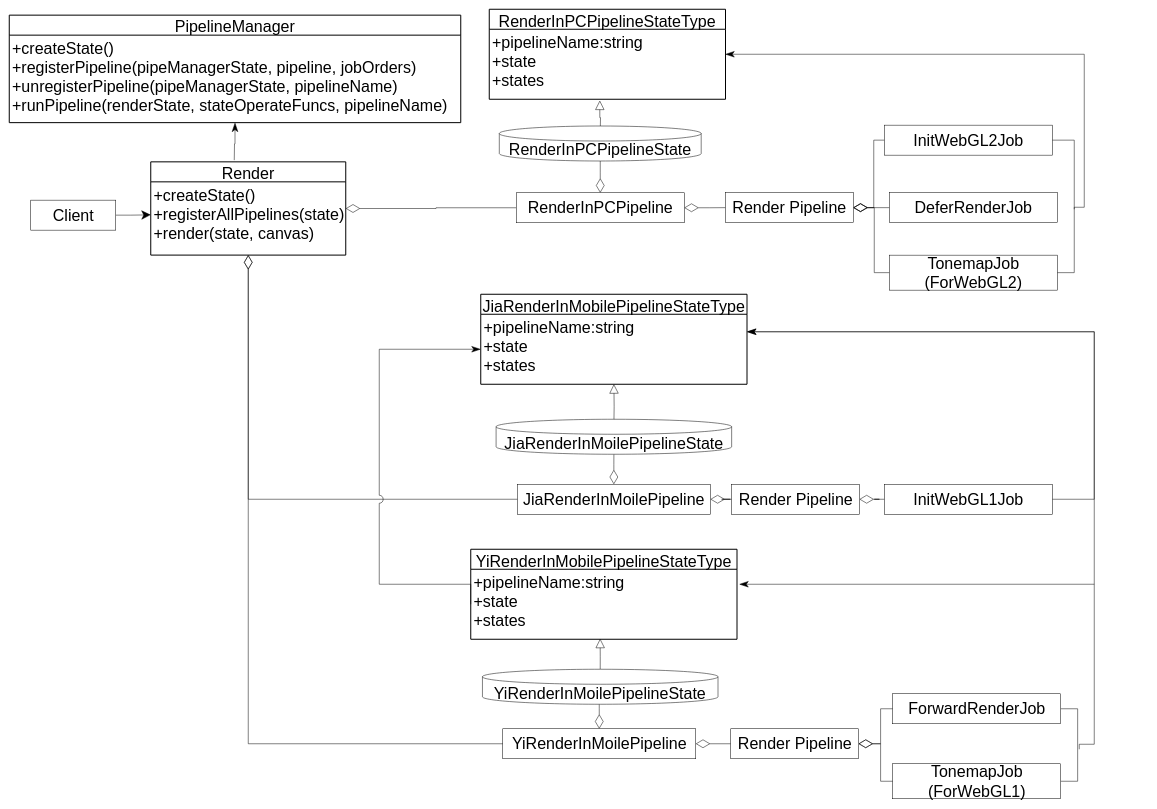
Before: packages/管道模式/story_improve/UML.drawio in yyc-git/3DProgramPattern, a draw.io diagram. Source tidied: cells renumbered, new cells numbered last; positions are measured from the earlier drawing's top-left corner, leaving out a move shared by most shapes. Both pictures are drawn from the tidied source at 50%, with x=0, y=0 at pixel (9, 9).
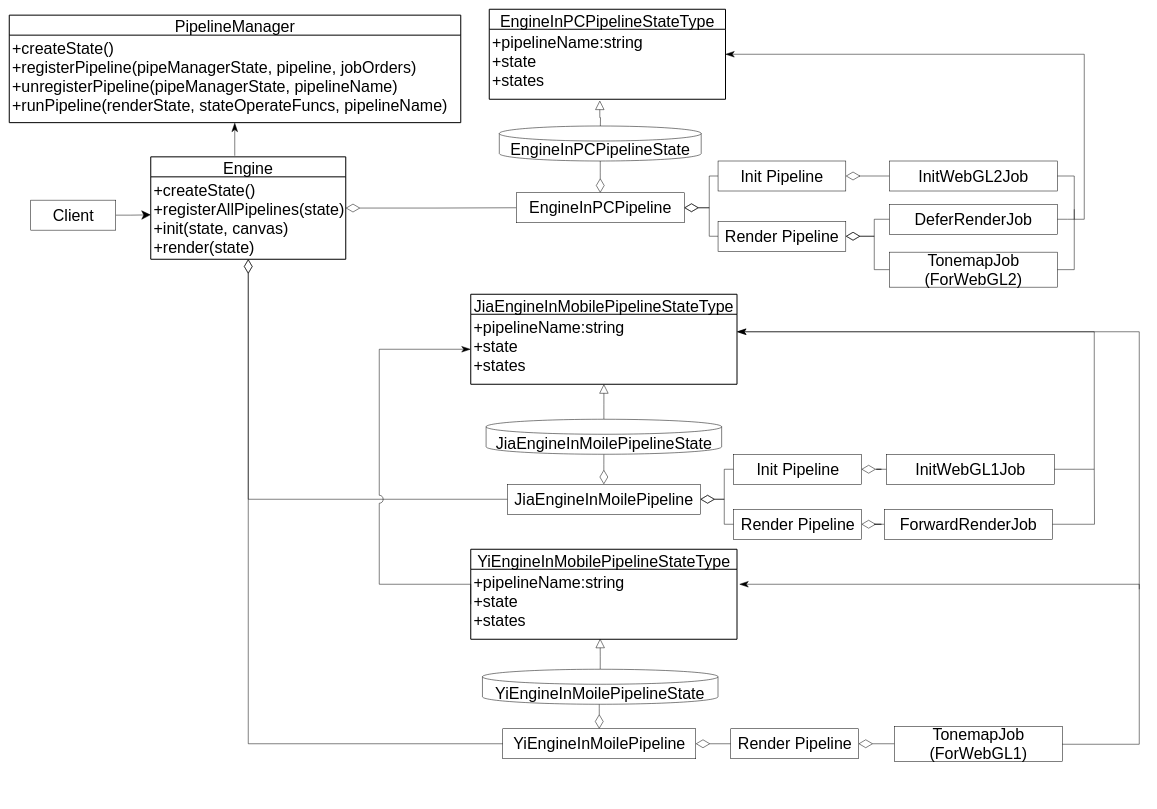
After the change.

The change refers to these unchanged cells:
```xml
<mxCell id="3" value="+createState()&#10;+registerPipeline(pipeManagerState, pipeline, jobOrders)&#10;+unregisterPipeline(pipeManagerState, pipelineName)&#10;+runPipeline(renderState, stateOperateFuncs, pipelineName)" style="align=left;strokeColor=none;fillColor=none;spacingLeft=4;fontSize=32;verticalAlign=top;" parent="2" vertex="1">
  <mxGeometry y="40" width="903" height="175" as="geometry" />
</mxCell>
<mxCell id="20" value="+pipelineName:string&#10;+state&#10;+states" style="align=left;strokeColor=none;fillColor=none;spacingLeft=4;fontSize=32;verticalAlign=top;" parent="19" vertex="1">
  <mxGeometry y="40" width="532.5" height="140" as="geometry" />
</mxCell>
<mxCell id="54" value="Render Pipeline" style="html=1;fontSize=32;" parent="1" vertex="1">
  <mxGeometry x="1443" y="1439" width="255.5" height="60" as="geometry" />
</mxCell>
```

Change to the diagram source:
```diff
@@
-    <mxCell id="5" value="Render" style="swimlane;horizontal=1;startSize=40;rounded=0;fontSize=32;fontStyle=0;strokeWidth=2;shadow=0;dashed=0;align=center;" parent="1" vertex="1">
-      <mxGeometry x="283" y="305.2" width="390" height="186.5" as="geometry" />
+    <mxCell id="5" value="Engine" style="swimlane;horizontal=1;startSize=40;rounded=0;fontSize=32;fontStyle=0;strokeWidth=2;shadow=0;dashed=0;align=center;" parent="1" vertex="1">
+      <mxGeometry x="283" y="295.2" width="390" height="204.8" as="geometry" />
     </mxCell>
-    <mxCell id="6" value="+createState()&#10;+registerAllPipelines(state)&#10;+render(state, canvas)" style="align=left;strokeColor=none;fillColor=none;spacingLeft=4;fontSize=32;verticalAlign=top;" parent="5" vertex="1">
-      <mxGeometry y="40" width="390" height="146.5" as="geometry" />
+    <mxCell id="6" value="+createState()&#10;+registerAllPipelines(state)&#10;+init(state, canvas)&#10;+render(state)" style="align=left;strokeColor=none;fillColor=none;spacingLeft=4;fontSize=32;verticalAlign=top;" parent="5" vertex="1">
+      <mxGeometry y="40" width="390" height="164.8" as="geometry" />
     </mxCell>
@@
-    <mxCell id="9" value="RenderInPCPipelineStateType" style="swimlane;horizontal=1;startSize=40;rounded=0;fontSize=32;fontStyle=0;strokeWidth=2;shadow=0;dashed=0;align=center;" parent="1" vertex="1">
+    <mxCell id="9" value="EngineInPCPipelineStateType" style="swimlane;horizontal=1;startSize=40;rounded=0;fontSize=32;fontStyle=0;strokeWidth=2;shadow=0;dashed=0;align=center;" parent="1" vertex="1">
       <mxGeometry x="960" width="472.5" height="180" as="geometry" />
     </mxCell>
@@
     <mxCell id="12" style="edgeStyle=orthogonalEdgeStyle;rounded=0;jumpStyle=none;jumpSize=16;jettySize=auto;html=1;entryX=0;entryY=0.5;entryDx=0;entryDy=0;startArrow=diamondThin;startFill=0;endArrow=none;endFill=0;startSize=26;endSize=26;" parent="1" edge="1" source="13" target="49">
-      <mxGeometry relative="1" as="geometry" />
+      <mxGeometry relative="1" as="geometry">
+        <Array as="points">
+          <mxPoint x="1400" y="397" />
+          <mxPoint x="1400" y="334" />
+        </Array>
+      </mxGeometry>
     </mxCell>
+    <mxCell id="55" style="edgeStyle=orthogonalEdgeStyle;rounded=0;jettySize=auto;html=1;entryX=0;entryY=0.5;entryDx=0;entryDy=0;endArrow=none;endFill=0;startArrow=diamondThin;startFill=0;endSize=26;startSize=26;" parent="1" edge="1" source="13" target="58">
+      <mxGeometry relative="1" as="geometry">
+        <Array as="points">
+          <mxPoint x="1400" y="397" />
+          <mxPoint x="1400" y="454" />
+        </Array>
+      </mxGeometry>
+    </mxCell>
-    <mxCell id="13" value="RenderInPCPipeline" style="html=1;fontSize=32;" parent="1" vertex="1">
+    <mxCell id="13" value="EngineInPCPipeline" style="html=1;fontSize=32;" parent="1" vertex="1">
       <mxGeometry x="1014" y="367" width="336" height="60" as="geometry" />
     </mxCell>
-    <mxCell id="14" style="edgeStyle=orthogonalEdgeStyle;rounded=0;jumpStyle=none;jumpSize=16;jettySize=auto;html=1;entryX=1;entryY=0.5;entryDx=0;entryDy=0;startArrow=none;startFill=0;endArrow=none;endFill=0;startSize=16;endSize=16;" parent="1" edge="1" source="15" target="18">
+    <mxCell id="14" style="edgeStyle=orthogonalEdgeStyle;rounded=0;jumpStyle=none;jumpSize=16;jettySize=auto;html=1;entryX=1;entryY=0.5;entryDx=0;entryDy=0;startArrow=none;startFill=0;endArrow=none;endFill=0;startSize=16;endSize=16;exitX=1;exitY=0.5;exitDx=0;exitDy=0;" parent="1" edge="1" source="15" target="18">
       <mxGeometry relative="1" as="geometry">
         <Array as="points">
-          <mxPoint x="2130" y="262" />
-          <mxPoint x="2130" y="527" />
+          <mxPoint x="2130" y="334" />
+          <mxPoint x="2130" y="521" />
         </Array>
       </mxGeometry>
     </mxCell>
     <mxCell id="15" value="InitWebGL2Job" style="html=1;fontSize=32;" parent="1" vertex="1">
-      <mxGeometry x="1750" y="231.8" width="336" height="60" as="geometry" />
+      <mxGeometry x="1760" y="303.5" width="336" height="60" as="geometry" />
     </mxCell>
     <mxCell id="16" style="edgeStyle=orthogonalEdgeStyle;rounded=0;jumpStyle=none;jumpSize=16;orthogonalLoop=1;jettySize=auto;html=1;startArrow=none;startFill=0;endArrow=classicThin;endFill=1;startSize=16;endSize=16;" parent="1" edge="1">
       <mxGeometry relative="1" as="geometry">
         <mxPoint x="2130" y="400" as="sourcePoint" />
         <mxPoint x="1432" y="90" as="targetPoint" />
         <Array as="points">
-          <mxPoint x="2130" y="396" />
-          <mxPoint x="2150" y="396" />
+          <mxPoint x="2130" y="420" />
+          <mxPoint x="2150" y="420" />
           <mxPoint x="2150" y="90" />
         </Array>
       </mxGeometry>
     </mxCell>
+    <mxCell id="56" style="edgeStyle=orthogonalEdgeStyle;rounded=0;jettySize=auto;html=1;startArrow=none;startFill=0;endArrow=none;endFill=0;startSize=16;endSize=16;" parent="1" edge="1" source="17">
+      <mxGeometry relative="1" as="geometry">
+        <mxPoint x="2130" y="420" as="targetPoint" />
+      </mxGeometry>
+    </mxCell>
     <mxCell id="17" value="DeferRenderJob" style="html=1;fontSize=32;" parent="1" vertex="1">
-      <mxGeometry x="1760" y="366.8" width="336" height="60" as="geometry" />
+      <mxGeometry x="1760" y="390" width="336" height="60" as="geometry" />
     </mxCell>
     <mxCell id="18" value="TonemapJob&lt;br&gt;(ForWebGL2)" style="html=1;fontSize=32;" parent="1" vertex="1">
-      <mxGeometry x="1760" y="491.8" width="336" height="70" as="geometry" />
+      <mxGeometry x="1760" y="485.8" width="336" height="70" as="geometry" />
     </mxCell>
-    <mxCell id="19" value="JiaRenderInMobilePipelineStateType" style="swimlane;horizontal=1;startSize=40;rounded=0;fontSize=32;fontStyle=0;strokeWidth=2;shadow=0;dashed=0;align=center;" parent="1" vertex="1">
-      <mxGeometry x="943" y="570" width="532.5" height="180" as="geometry" />
+    <mxCell id="19" value="JiaEngineInMobilePipelineStateType" style="swimlane;horizontal=1;startSize=40;rounded=0;fontSize=32;fontStyle=0;strokeWidth=2;shadow=0;dashed=0;align=center;" parent="1" vertex="1">
+      <mxGeometry x="923" y="570" width="532.5" height="180" as="geometry" />
     </mxCell>
@@
-    <mxCell id="21" value="YiRenderInMobilePipelineStateType" style="swimlane;horizontal=1;startSize=40;rounded=0;fontSize=32;fontStyle=0;strokeWidth=2;shadow=0;dashed=0;align=center;" parent="1" vertex="1">
+    <mxCell id="21" value="YiEngineInMobilePipelineStateType" style="swimlane;horizontal=1;startSize=40;rounded=0;fontSize=32;fontStyle=0;strokeWidth=2;shadow=0;dashed=0;align=center;" parent="1" vertex="1">
       <mxGeometry x="923" y="1080" width="532.5" height="180" as="geometry" />
     </mxCell>
@@
-    <mxCell id="23" style="edgeStyle=orthogonalEdgeStyle;rounded=0;jumpStyle=none;jumpSize=16;jettySize=auto;html=1;entryX=0.5;entryY=1;entryDx=0;entryDy=0;startArrow=diamondThin;startFill=0;endArrow=none;endFill=0;startSize=26;endSize=26;" parent="1" edge="1" source="25">
-      <mxGeometry relative="1" as="geometry">
-        <mxPoint x="1209.3" y="890" as="targetPoint" />
-      </mxGeometry>
+    <mxCell id="23" style="edgeStyle=orthogonalEdgeStyle;rounded=0;jumpStyle=none;jumpSize=16;jettySize=auto;html=1;entryX=0.5;entryY=1;entryDx=0;entryDy=0;startArrow=diamondThin;startFill=0;endArrow=none;endFill=0;startSize=26;endSize=26;entryPerimeter=0;" parent="1" edge="1" source="25" target="44">
+      <mxGeometry relative="1" as="geometry" />
     </mxCell>
     <mxCell id="24" style="edgeStyle=orthogonalEdgeStyle;rounded=0;jumpSize=16;jettySize=auto;html=1;entryX=0;entryY=0.5;entryDx=0;entryDy=0;startArrow=diamondThin;startFill=0;endArrow=none;endFill=0;startSize=26;endSize=26;" parent="1" edge="1" source="25" target="51">
-      <mxGeometry relative="1" as="geometry" />
+      <mxGeometry relative="1" as="geometry">
+        <Array as="points">
+          <mxPoint x="1430" y="980" />
+          <mxPoint x="1430" y="920" />
+        </Array>
+      </mxGeometry>
     </mxCell>
+    <mxCell id="57" style="edgeStyle=orthogonalEdgeStyle;rounded=0;jettySize=auto;html=1;entryX=0;entryY=0.5;entryDx=0;entryDy=0;startArrow=diamondThin;startFill=0;endArrow=none;endFill=0;startSize=26;endSize=26;" parent="1" edge="1" source="25" target="60">
+      <mxGeometry relative="1" as="geometry">
+        <Array as="points">
+          <mxPoint x="1430" y="980" />
+          <mxPoint x="1430" y="1030" />
+        </Array>
+      </mxGeometry>
+    </mxCell>
-    <mxCell id="25" value="JiaRenderInMoilePipeline" style="html=1;fontSize=32;" parent="1" vertex="1">
-      <mxGeometry x="1016.2" y="950" width="386" height="60" as="geometry" />
+    <mxCell id="25" value="JiaEngineInMoilePipeline" style="html=1;fontSize=32;" parent="1" vertex="1">
+      <mxGeometry x="996.2" y="950" width="386" height="60" as="geometry" />
     </mxCell>
     <mxCell id="26" style="edgeStyle=orthogonalEdgeStyle;rounded=0;jettySize=auto;html=1;endArrow=classicThin;endFill=1;startSize=16;endSize=16;exitX=1;exitY=0.5;exitDx=0;exitDy=0;entryX=1;entryY=0.25;entryDx=0;entryDy=0;" parent="1" edge="1" source="27" target="20">
       <mxGeometry relative="1" as="geometry">
         <Array as="points">
-          <mxPoint x="2170" y="980" />
+          <mxPoint x="2170" y="920" />
           <mxPoint x="2170" y="645" />
         </Array>
       </mxGeometry>
     </mxCell>
     <mxCell id="27" value="InitWebGL1Job" style="html=1;fontSize=32;" parent="1" vertex="1">
-      <mxGeometry x="1750" y="950" width="336" height="60" as="geometry" />
+      <mxGeometry x="1754" y="890" width="336" height="60" as="geometry" />
     </mxCell>
     <mxCell id="28" style="edgeStyle=orthogonalEdgeStyle;rounded=0;jumpStyle=arc;jumpSize=26;orthogonalLoop=1;jettySize=auto;html=1;startArrow=none;startFill=0;endArrow=classicThin;endFill=1;startSize=16;endSize=16;" parent="1" edge="1">
       <mxGeometry relative="1" as="geometry">
-        <mxPoint x="2170" y="1150" as="sourcePoint" />
+        <mxPoint x="2260" y="1160" as="sourcePoint" />
         <mxPoint x="1460" y="1150" as="targetPoint" />
         <Array as="points">
           <mxPoint x="2039" y="1150" />
           <mxPoint x="1439" y="1150" />
         </Array>
       </mxGeometry>
     </mxCell>
-    <mxCell id="29" style="edgeStyle=orthogonalEdgeStyle;rounded=0;jumpStyle=none;jumpSize=16;jettySize=auto;html=1;startArrow=none;startFill=0;endArrow=none;endFill=0;startSize=16;endSize=16;entryX=1;entryY=0.5;entryDx=0;entryDy=0;" parent="1" edge="1" source="30" target="35">
-      <mxGeometry relative="1" as="geometry">
-        <Array as="points">
-          <mxPoint x="2136.8" y="1399" />
-          <mxPoint x="2136.8" y="1544" />
-        </Array>
-      </mxGeometry>
-    </mxCell>
-    <mxCell id="30" value="ForwardRenderJob" style="html=1;fontSize=32;" parent="1" vertex="1">
-      <mxGeometry x="1766.8" y="1369" width="336" height="60" as="geometry" />
-    </mxCell>
@@
-    <mxCell id="33" value="YiRenderInMoilePipeline" style="html=1;fontSize=32;" parent="1" vertex="1">
+    <mxCell id="33" value="YiEngineInMoilePipeline" style="html=1;fontSize=32;" parent="1" vertex="1">
       <mxGeometry x="987" y="1439" width="386" height="60" as="geometry" />
     </mxCell>
-    <mxCell id="34" style="edgeStyle=orthogonalEdgeStyle;rounded=0;jumpStyle=none;jumpSize=26;jettySize=auto;html=1;entryX=1;entryY=0.25;entryDx=0;entryDy=0;startArrow=none;startFill=0;endArrow=classicThin;endFill=1;startSize=16;endSize=16;" parent="1" edge="1" target="20">
+    <mxCell id="34" style="edgeStyle=orthogonalEdgeStyle;rounded=0;jumpStyle=none;jumpSize=26;jettySize=auto;html=1;entryX=1;entryY=0.25;entryDx=0;entryDy=0;startArrow=none;startFill=0;endArrow=classicThin;endFill=1;startSize=16;endSize=16;exitX=1;exitY=0.5;exitDx=0;exitDy=0;" parent="1" edge="1" source="35" target="20">
       <mxGeometry relative="1" as="geometry">
-        <mxPoint x="2140" y="1480" as="sourcePoint" />
         <Array as="points">
-          <mxPoint x="2140" y="1470" />
-          <mxPoint x="2170" y="1470" />
-          <mxPoint x="2170" y="645" />
+          <mxPoint x="2106" y="1470" />
+          <mxPoint x="2260" y="1470" />
+          <mxPoint x="2260" y="645" />
         </Array>
       </mxGeometry>
     </mxCell>
     <mxCell id="35" value="TonemapJob&lt;br&gt;(ForWebGL1)" style="html=1;fontSize=32;" parent="1" vertex="1">
-      <mxGeometry x="1766.8" y="1509" width="336" height="70" as="geometry" />
+      <mxGeometry x="1770" y="1434" width="336" height="70" as="geometry" />
     </mxCell>
@@
     <mxCell id="38" style="edgeStyle=orthogonalEdgeStyle;rounded=0;jettySize=auto;html=1;endArrow=classicThin;endFill=1;startSize=16;endSize=16;" parent="1" edge="1" target="3">
       <mxGeometry relative="1" as="geometry">
-        <mxPoint x="450" y="301.8" as="sourcePoint" />
+        <mxPoint x="451" y="293" as="sourcePoint" />
       </mxGeometry>
     </mxCell>
@@
-    <mxCell id="41" style="edgeStyle=orthogonalEdgeStyle;rounded=0;jumpStyle=none;jumpSize=16;jettySize=auto;html=1;startArrow=none;startFill=0;endArrow=block;endFill=0;startSize=16;endSize=16;" parent="1" edge="1" target="20">
-      <mxGeometry relative="1" as="geometry">
-        <mxPoint x="1209.3" y="830" as="sourcePoint" />
-      </mxGeometry>
+    <mxCell id="41" style="edgeStyle=orthogonalEdgeStyle;rounded=0;jumpStyle=none;jumpSize=16;jettySize=auto;html=1;startArrow=none;startFill=0;endArrow=block;endFill=0;startSize=16;endSize=16;exitX=0.5;exitY=0;exitDx=0;exitDy=0;exitPerimeter=0;" parent="1" edge="1" source="44" target="20">
+      <mxGeometry relative="1" as="geometry" />
     </mxCell>
@@
-    <mxCell id="43" value="&lt;span style=&quot;font-size: 32px&quot;&gt;RenderInPCPipelineState&lt;/span&gt;" style="shape=cylinder3;whiteSpace=wrap;html=1;boundedLbl=1;backgroundOutline=1;size=15;" parent="1" vertex="1">
+    <mxCell id="43" value="&lt;span style=&quot;font-size: 32px&quot;&gt;EngineInPCPipelineState&lt;/span&gt;" style="shape=cylinder3;whiteSpace=wrap;html=1;boundedLbl=1;backgroundOutline=1;size=15;" parent="1" vertex="1">
       <mxGeometry x="980.1" y="233.5" width="403.8" height="70" as="geometry" />
     </mxCell>
-    <mxCell id="44" value="&lt;span style=&quot;font-size: 32px&quot;&gt;JiaRenderInMoilePipelineState&lt;/span&gt;" style="shape=cylinder3;whiteSpace=wrap;html=1;boundedLbl=1;backgroundOutline=1;size=15;" parent="1" vertex="1">
-      <mxGeometry x="973.7" y="820" width="471.1" height="70" as="geometry" />
+    <mxCell id="44" value="&lt;span style=&quot;font-size: 32px&quot;&gt;JiaEngineInMoilePipelineState&lt;/span&gt;" style="shape=cylinder3;whiteSpace=wrap;html=1;boundedLbl=1;backgroundOutline=1;size=15;" parent="1" vertex="1">
+      <mxGeometry x="953.7" y="820" width="471.1" height="70" as="geometry" />
     </mxCell>
-    <mxCell id="45" value="&lt;span style=&quot;font-size: 32px&quot;&gt;YiRenderInMoilePipelineState&lt;/span&gt;" style="shape=cylinder3;whiteSpace=wrap;html=1;boundedLbl=1;backgroundOutline=1;size=15;" parent="1" vertex="1">
+    <mxCell id="45" value="&lt;span style=&quot;font-size: 32px&quot;&gt;YiEngineInMoilePipelineState&lt;/span&gt;" style="shape=cylinder3;whiteSpace=wrap;html=1;boundedLbl=1;backgroundOutline=1;size=15;" parent="1" vertex="1">
       <mxGeometry x="946.4" y="1320" width="471.1" height="70" as="geometry" />
     </mxCell>
-    <mxCell id="46" style="edgeStyle=orthogonalEdgeStyle;rounded=0;jumpSize=16;jettySize=auto;html=1;entryX=0;entryY=0.5;entryDx=0;entryDy=0;startArrow=diamondThin;startFill=0;endArrow=none;endFill=0;startSize=26;endSize=26;" parent="1" edge="1" source="49" target="17">
-      <mxGeometry relative="1" as="geometry" />
+    <mxCell id="46" style="edgeStyle=orthogonalEdgeStyle;rounded=0;jumpSize=16;jettySize=auto;html=1;entryX=0;entryY=0.5;entryDx=0;entryDy=0;startArrow=diamondThin;startFill=0;endArrow=none;endFill=0;startSize=26;endSize=26;exitX=1;exitY=0.5;exitDx=0;exitDy=0;" parent="1" edge="1" source="58" target="17">
+      <mxGeometry relative="1" as="geometry">
+        <Array as="points">
+          <mxPoint x="1730" y="454" />
+          <mxPoint x="1730" y="420" />
+        </Array>
+      </mxGeometry>
     </mxCell>
-    <mxCell id="47" style="edgeStyle=orthogonalEdgeStyle;rounded=0;jumpSize=16;jettySize=auto;html=1;entryX=0;entryY=0.5;entryDx=0;entryDy=0;startArrow=diamondThin;startFill=0;endArrow=none;endFill=0;startSize=26;endSize=26;" parent="1" edge="1" source="49" target="15">
+    <mxCell id="47" style="edgeStyle=orthogonalEdgeStyle;rounded=0;jumpSize=16;jettySize=auto;html=1;entryX=0;entryY=0.5;entryDx=0;entryDy=0;startArrow=diamondThin;startFill=0;endArrow=none;endFill=0;startSize=26;endSize=26;exitX=1;exitY=0.5;exitDx=0;exitDy=0;" parent="1" edge="1" source="49" target="15">
       <mxGeometry relative="1" as="geometry">
         <Array as="points">
-          <mxPoint x="1729" y="397" />
-          <mxPoint x="1729" y="262" />
+          <mxPoint x="1700" y="334" />
+          <mxPoint x="1700" y="334" />
         </Array>
       </mxGeometry>
     </mxCell>
-    <mxCell id="48" style="edgeStyle=orthogonalEdgeStyle;rounded=0;jumpSize=16;jettySize=auto;html=1;entryX=0;entryY=0.5;entryDx=0;entryDy=0;startArrow=diamondThin;startFill=0;endArrow=none;endFill=0;startSize=26;endSize=26;" parent="1" edge="1" source="49" target="18">
+    <mxCell id="48" style="edgeStyle=orthogonalEdgeStyle;rounded=0;jumpSize=16;jettySize=auto;html=1;entryX=0;entryY=0.5;entryDx=0;entryDy=0;startArrow=diamondThin;startFill=0;endArrow=none;endFill=0;startSize=26;endSize=26;exitX=1;exitY=0.5;exitDx=0;exitDy=0;" parent="1" edge="1" source="58" target="18">
       <mxGeometry relative="1" as="geometry">
         <Array as="points">
-          <mxPoint x="1730" y="397" />
-          <mxPoint x="1730" y="527" />
+          <mxPoint x="1730" y="454" />
+          <mxPoint x="1730" y="521" />
         </Array>
       </mxGeometry>
     </mxCell>
-    <mxCell id="49" value="Render Pipeline" style="html=1;fontSize=32;" parent="1" vertex="1">
-      <mxGeometry x="1432.5" y="366.8" width="255.5" height="60" as="geometry" />
+    <mxCell id="49" value="Init Pipeline" style="html=1;fontSize=32;" parent="1" vertex="1">
+      <mxGeometry x="1417.6" y="303.5" width="255.5" height="60" as="geometry" />
     </mxCell>
@@
-    <mxCell id="51" value="Render Pipeline" style="html=1;fontSize=32;" parent="1" vertex="1">
-      <mxGeometry x="1444.8" y="950" width="255.5" height="60" as="geometry" />
+    <mxCell id="51" value="Init Pipeline" style="html=1;fontSize=32;" parent="1" vertex="1">
+      <mxGeometry x="1448.8" y="890" width="255.5" height="60" as="geometry" />
     </mxCell>
-    <mxCell id="52" style="edgeStyle=orthogonalEdgeStyle;rounded=0;jumpSize=16;jettySize=auto;html=1;entryX=0;entryY=0.5;entryDx=0;entryDy=0;startArrow=diamondThin;startFill=0;endArrow=none;endFill=0;startSize=26;endSize=26;" parent="1" edge="1" source="54" target="30">
-      <mxGeometry relative="1" as="geometry" />
-    </mxCell>
@@
+    <mxCell id="58" value="Render Pipeline" style="html=1;fontSize=32;" parent="1" vertex="1">
+      <mxGeometry x="1417.6" y="424" width="255.5" height="60" as="geometry" />
+    </mxCell>
+    <mxCell id="59" style="edgeStyle=orthogonalEdgeStyle;rounded=0;jettySize=auto;html=1;entryX=0;entryY=0.5;entryDx=0;entryDy=0;startArrow=diamondThin;startFill=0;endArrow=none;endFill=0;startSize=26;endSize=26;" parent="1" edge="1" source="60" target="30">
+      <mxGeometry relative="1" as="geometry" />
+    </mxCell>
+    <mxCell id="60" value="Render Pipeline" style="html=1;fontSize=32;" parent="1" vertex="1">
+      <mxGeometry x="1448.8" y="1000" width="255.5" height="60" as="geometry" />
+    </mxCell>
+    <mxCell id="61" style="edgeStyle=orthogonalEdgeStyle;rounded=0;jettySize=auto;html=1;startArrow=none;startFill=0;endArrow=none;endFill=0;startSize=16;endSize=16;" parent="1" edge="1" source="30">
+      <mxGeometry relative="1" as="geometry">
+        <mxPoint x="2170" y="920" as="targetPoint" />
+      </mxGeometry>
+    </mxCell>
+    <mxCell id="30" value="ForwardRenderJob" style="html=1;fontSize=32;" parent="1" vertex="1">
+      <mxGeometry x="1750" y="1000" width="336" height="60" as="geometry" />
+    </mxCell>
```
